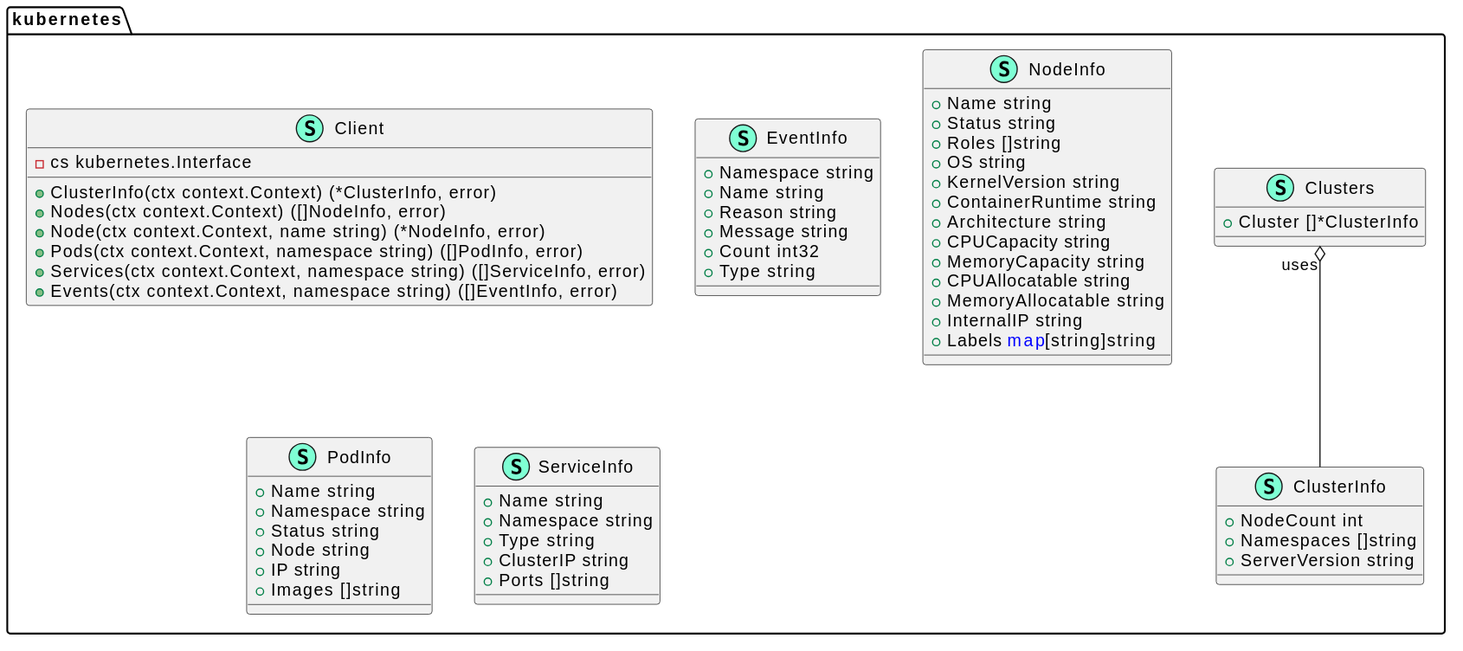
The PlantUML diagram docs/svg/kubernetes.svg in motangpuar/o2-ims-worker, before a commit.
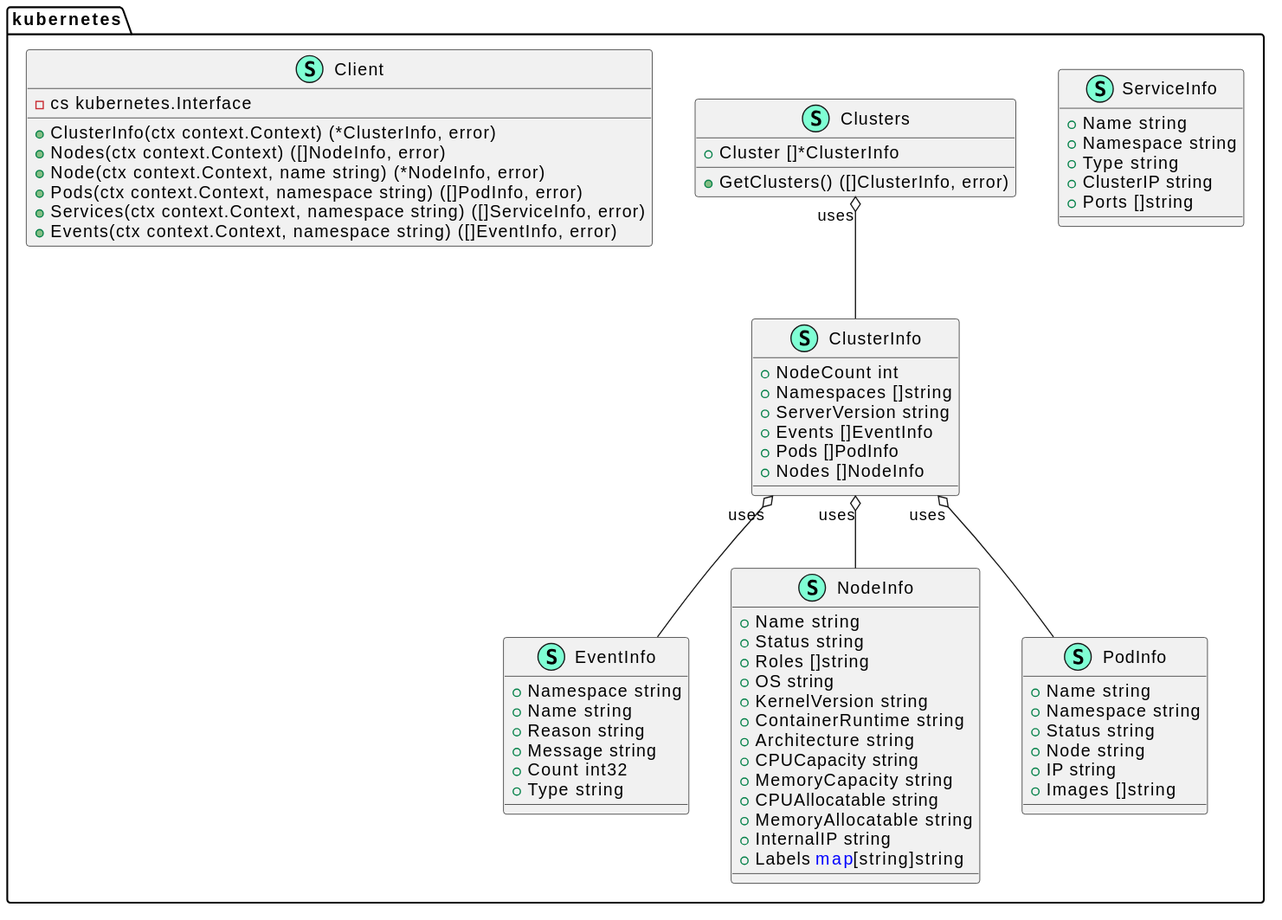
Later version of the same file.

Diff of the diagram source:
```diff
@@ -16,10 +16,15 @@
         + NodeCount int
         + Namespaces []string
         + ServerVersion string
+        + Events []EventInfo
+        + Pods []PodInfo
+        + Nodes []NodeInfo
 
     }
     class "Clusters" << (S,Aquamarine) >> {
         + Cluster []*ClusterInfo
+
+        + GetClusters() ([]ClusterInfo, error)
 
     }
     class "EventInfo" << (S,Aquamarine) >> {
@@ -67,5 +72,8 @@
 }
 
 
+"kubernetes.ClusterInfo""uses" o-- "kubernetes.EventInfo"
+"kubernetes.ClusterInfo""uses" o-- "kubernetes.NodeInfo"
+"kubernetes.ClusterInfo""uses" o-- "kubernetes.PodInfo"
 "kubernetes.Clusters""uses" o-- "kubernetes.ClusterInfo"
 @enduml
```
